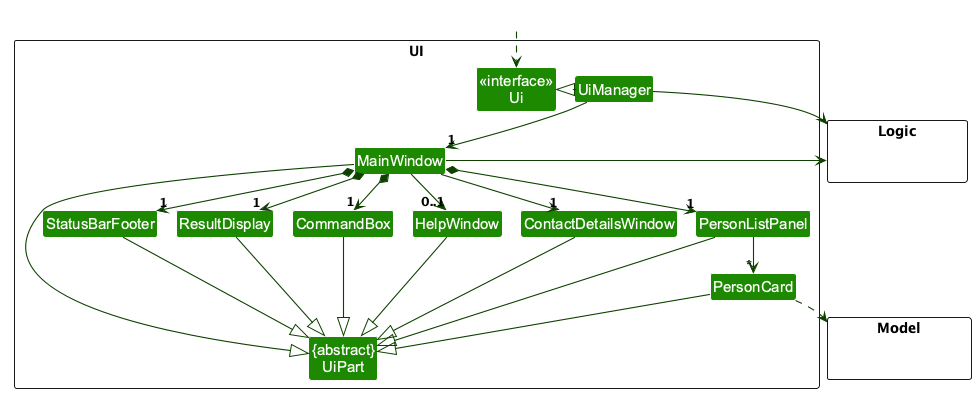
Earlier version of the PlantUML export docs/images/UiClassDiagram.png (AY2627S1-CS2103T-W10-1/tp).
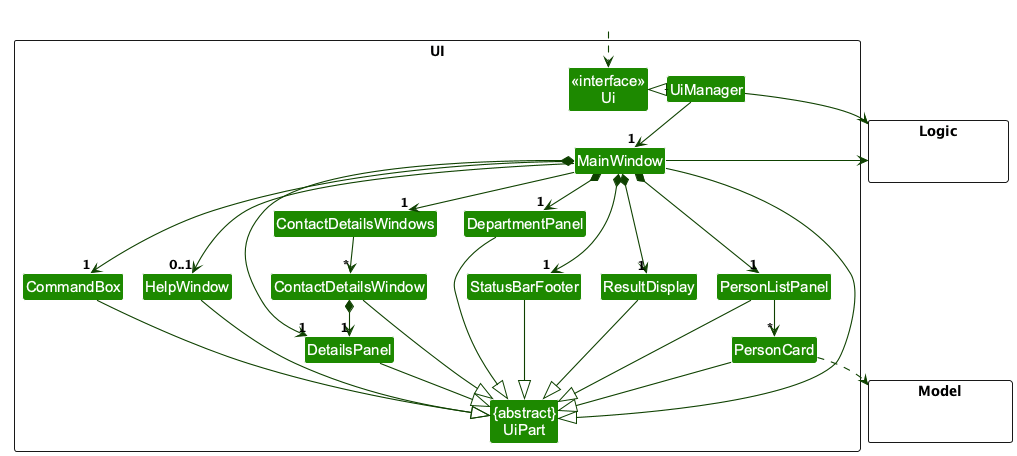
The same diagram one commit later.

Change to the diagram source:
```diff
@@ -11,8 +11,11 @@
 Class UiManager
 Class MainWindow
 Class HelpWindow
+Class ContactDetailsWindows
 Class ContactDetailsWindow
+Class DetailsPanel
 Class ResultDisplay
+Class DepartmentPanel
 Class PersonListPanel
 Class PersonCard
 Class StatusBarFooter
@@ -34,10 +37,14 @@
 UiManager -down-> "1" MainWindow
 MainWindow *-down->  "1" CommandBox
 MainWindow *-down-> "1" ResultDisplay
+MainWindow *-down-> "1" DepartmentPanel
 MainWindow *-down-> "1" PersonListPanel
+MainWindow *-down-> "1" DetailsPanel
 MainWindow *-down-> "1" StatusBarFooter
 MainWindow --> "0..1" HelpWindow
-MainWindow --> "1" ContactDetailsWindow
+MainWindow --> "1" ContactDetailsWindows
+ContactDetailsWindows --> "*" ContactDetailsWindow
+ContactDetailsWindow *-down-> "1" DetailsPanel
 
 PersonListPanel -down-> "*" PersonCard
 
@@ -45,6 +52,8 @@
 
 ResultDisplay --|> UiPart
 CommandBox --|> UiPart
+DepartmentPanel --|> UiPart
+DetailsPanel --|> UiPart
 PersonListPanel --|> UiPart
 PersonCard --|> UiPart
 StatusBarFooter --|> UiPart
```
